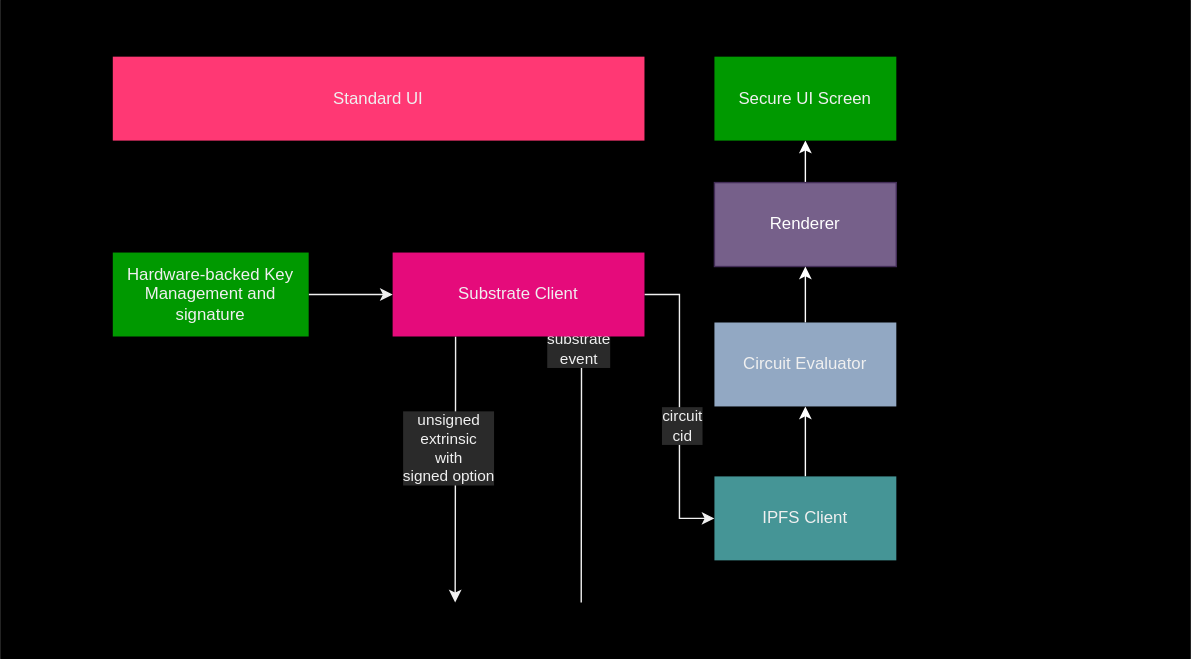
Above: src/fig/App_architecture.svg in Interstellar-Network/Interstellar-Book (draw.io), before the change. Source tidied: cells renumbered, new cells last; positions are measured from the earlier drawing's top-left corner, leaving out a move shared by most shapes.
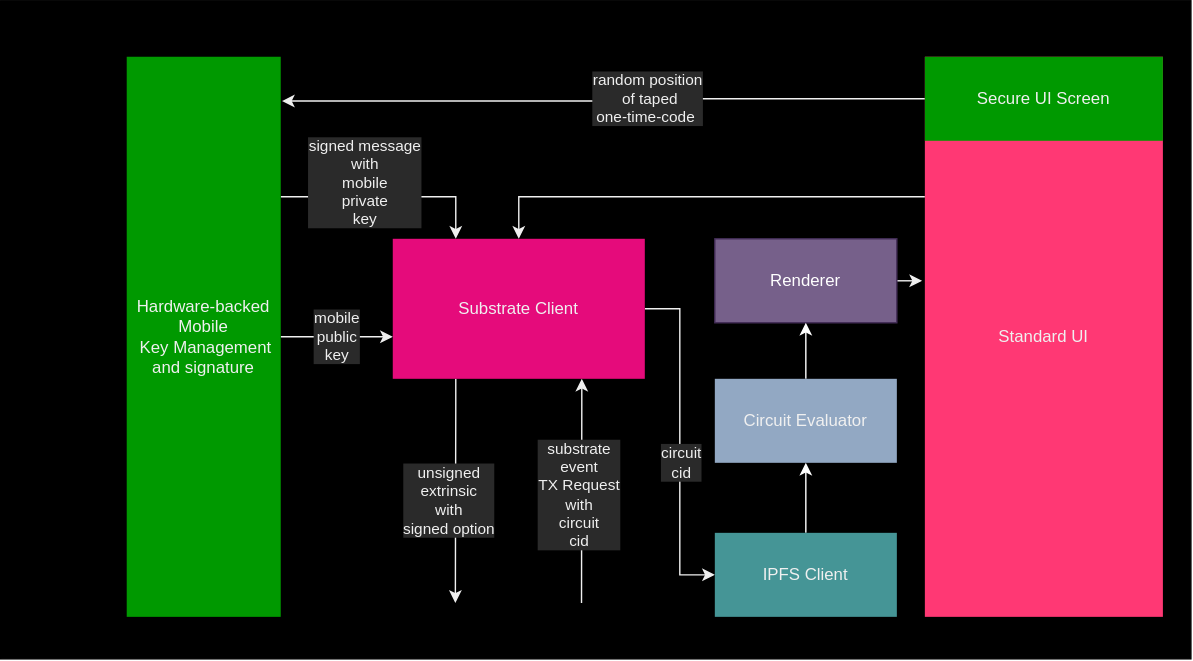
The same file after the commit.

Change to the diagram source:
```diff
@@ -5,17 +5,17 @@
     <mxCell id="2" style="rounded=0;whiteSpace=wrap;html=1;fontColor=#FFFFFF;fillColor=#000000;strokeColor=#000000;" parent="1" vertex="1">
       <mxGeometry width="850" height="470" as="geometry" />
     </mxCell>
-    <mxCell id="3" style="edgeStyle=orthogonalEdgeStyle;rounded=0;jettySize=auto;html=1;entryX=0.5;entryY=1;entryDx=0;entryDy=0;strokeColor=#FFFFFF;" parent="1" edge="1" source="4" target="16">
-      <mxGeometry relative="1" as="geometry" />
-    </mxCell>
+    <mxCell id="20" style="edgeStyle=orthogonalEdgeStyle;rounded=0;jettySize=auto;html=1;exitX=1;exitY=0.5;exitDx=0;exitDy=0;entryX=-0.012;entryY=0.401;entryDx=0;entryDy=0;entryPerimeter=0;startArrow=none;startFill=0;" parent="1" edge="1" source="4" target="17">
+      <mxGeometry relative="1" as="geometry" />
+    </mxCell>
     <mxCell id="4" value="Renderer" style="rounded=0;whiteSpace=wrap;html=1;fillColor=#76608a;fontColor=#ffffff;strokeColor=#432D57;" parent="1" vertex="1">
-      <mxGeometry x="510" y="130" width="130" height="60" as="geometry" />
+      <mxGeometry x="510" y="170" width="130" height="60" as="geometry" />
     </mxCell>
     <mxCell id="5" style="edgeStyle=orthogonalEdgeStyle;rounded=0;jettySize=auto;html=1;entryX=0.5;entryY=1;entryDx=0;entryDy=0;strokeColor=#FFFFFF;" parent="1" edge="1" source="6" target="4">
       <mxGeometry relative="1" as="geometry" />
     </mxCell>
     <mxCell id="6" value="Circuit Evaluator" style="rounded=0;whiteSpace=wrap;html=1;fillColor=#92A8C3;strokeColor=none;" parent="1" vertex="1">
-      <mxGeometry x="510" y="230" width="130" height="60" as="geometry" />
+      <mxGeometry x="510" y="270" width="130" height="60" as="geometry" />
     </mxCell>
     <mxCell id="7" style="edgeStyle=orthogonalEdgeStyle;rounded=0;jettySize=auto;html=1;exitX=1;exitY=0.5;exitDx=0;exitDy=0;entryX=0;entryY=0.5;entryDx=0;entryDy=0;" parent="1" edge="1" source="13" target="15">
       <mxGeometry relative="1" as="geometry" />
@@ -26,9 +26,9 @@
     <mxCell id="9" style="edgeStyle=orthogonalEdgeStyle;rounded=0;jettySize=auto;html=1;exitX=0.75;exitY=1;exitDx=0;exitDy=0;startArrow=classic;startFill=1;endArrow=none;endFill=0;entryX=0.488;entryY=0.915;entryDx=0;entryDy=0;entryPerimeter=0;" parent="1" edge="1" source="13" target="2">
       <mxGeometry relative="1" as="geometry" />
     </mxCell>
-    <mxCell id="10" value="substrate&lt;br&gt;event" style="edgeLabel;html=1;align=center;verticalAlign=middle;" parent="9" vertex="1">
+    <mxCell id="10" value="substrate&lt;br&gt;event&lt;br&gt;TX Request&lt;br&gt;with&lt;br&gt;circuit&lt;br&gt;cid" style="edgeLabel;html=1;align=center;verticalAlign=middle;" parent="9" vertex="1">
       <mxGeometry x="-0.69" y="-1" relative="1" as="geometry">
-        <mxPoint x="-1" y="-20" as="offset" />
+        <mxPoint x="-1" y="59" as="offset" />
       </mxGeometry>
     </mxCell>
     <mxCell id="11" style="edgeStyle=orthogonalEdgeStyle;rounded=0;jettySize=auto;html=1;exitX=0.25;exitY=1;exitDx=0;exitDy=0;entryX=0.382;entryY=0.915;entryDx=0;entryDy=0;entryPerimeter=0;startArrow=none;startFill=0;endArrow=classic;endFill=1;" parent="1" edge="1" source="13" target="2">
@@ -36,29 +36,51 @@
     </mxCell>
     <mxCell id="12" value="unsigned&lt;br&gt;extrinsic&lt;br&gt;with&lt;br&gt;signed option" style="edgeLabel;html=1;align=center;verticalAlign=middle;" parent="11" vertex="1">
       <mxGeometry x="-0.79" y="2" relative="1" as="geometry">
-        <mxPoint x="-7" y="60" as="offset" />
+        <mxPoint x="-7" y="70" as="offset" />
       </mxGeometry>
     </mxCell>
     <mxCell id="13" value="Substrate Client" style="rounded=0;whiteSpace=wrap;html=1;fillColor=#e50b7b;strokeColor=none;" parent="1" vertex="1">
-      <mxGeometry x="280" y="180" width="180" height="60" as="geometry" />
+      <mxGeometry x="280" y="170" width="180" height="100" as="geometry" />
     </mxCell>
     <mxCell id="14" style="edgeStyle=orthogonalEdgeStyle;rounded=0;jettySize=auto;html=1;strokeColor=#FFFFFF;" parent="1" edge="1" source="15" target="6">
       <mxGeometry relative="1" as="geometry" />
     </mxCell>
     <mxCell id="15" value="IPFS Client" style="rounded=0;whiteSpace=wrap;html=1;fillColor=#459596;strokeColor=none;" parent="1" vertex="1">
-      <mxGeometry x="510" y="340" width="130" height="60" as="geometry" />
+      <mxGeometry x="510" y="380" width="130" height="60" as="geometry" />
     </mxCell>
+    <mxCell id="21" style="edgeStyle=orthogonalEdgeStyle;rounded=0;jettySize=auto;html=1;entryX=1.008;entryY=0.079;entryDx=0;entryDy=0;entryPerimeter=0;" parent="1" edge="1" source="16" target="19">
+      <mxGeometry relative="1" as="geometry" />
+    </mxCell>
+    <mxCell id="22" value="random position&lt;br&gt;&amp;nbsp;of taped &lt;br&gt;one-time-code&amp;nbsp;" style="edgeLabel;html=1;align=center;verticalAlign=middle;" parent="21" vertex="1">
+      <mxGeometry x="-0.21" relative="1" as="geometry">
+        <mxPoint x="-18" as="offset" />
+      </mxGeometry>
+    </mxCell>
+    <mxCell id="23" style="edgeStyle=orthogonalEdgeStyle;rounded=0;jettySize=auto;html=1;entryX=0.5;entryY=0;entryDx=0;entryDy=0;startArrow=none;startFill=0;" parent="1" edge="1" source="17" target="13">
+      <mxGeometry relative="1" as="geometry">
+        <Array as="points">
+          <mxPoint x="370" y="140" />
+        </Array>
+      </mxGeometry>
+    </mxCell>
+    <mxCell id="17" value="Standard UI" style="rounded=0;whiteSpace=wrap;html=1;fillColor=#FF3874;strokeColor=none;" parent="1" vertex="1">
+      <mxGeometry x="660" y="40" width="170" height="400" as="geometry" />
+    </mxCell>
+    <mxCell id="24" value="signed message&lt;br&gt;with&lt;br&gt;mobile&lt;br&gt;private&lt;br&gt;key" style="edgeStyle=orthogonalEdgeStyle;rounded=0;jettySize=auto;html=1;exitX=1;exitY=0.25;exitDx=0;exitDy=0;entryX=0.25;entryY=0;entryDx=0;entryDy=0;startArrow=none;startFill=0;" parent="1" edge="1" source="19" target="13">
+      <mxGeometry x="-0.23" y="10" relative="1" as="geometry">
+        <Array as="points">
+          <mxPoint x="325" y="140" />
+        </Array>
+      </mxGeometry>
+    </mxCell>
+    <mxCell id="25" value="mobile&lt;br&gt;public&lt;br&gt;key" style="edgeStyle=orthogonalEdgeStyle;rounded=0;jettySize=auto;html=1;entryX=0;entryY=0.7;entryDx=0;entryDy=0;entryPerimeter=0;startArrow=none;startFill=0;" parent="1" edge="1" source="19" target="13">
+      <mxGeometry relative="1" as="geometry" />
+    </mxCell>
+    <mxCell id="19" value="Hardware-backed&lt;br&gt;Mobile&lt;br&gt;&amp;nbsp;Key Management and signature" style="rounded=0;whiteSpace=wrap;html=1;fillColor=#009900;strokeColor=none;" parent="1" vertex="1">
+      <mxGeometry x="90" y="40" width="110" height="400" as="geometry" />
+    </mxCell>
     <mxCell id="16" value="Secure UI Screen" style="rounded=0;whiteSpace=wrap;html=1;fillColor=#009900;strokeColor=none;" parent="1" vertex="1">
-      <mxGeometry x="510" y="40" width="130" height="60" as="geometry" />
+      <mxGeometry x="660" y="40" width="170" height="60" as="geometry" />
     </mxCell>
-    <mxCell id="17" value="Standard UI" style="rounded=0;whiteSpace=wrap;html=1;fillColor=#FF3874;strokeColor=none;" parent="1" vertex="1">
-      <mxGeometry x="80" y="40" width="380" height="60" as="geometry" />
-    </mxCell>
-    <mxCell id="18" style="edgeStyle=orthogonalEdgeStyle;rounded=0;jettySize=auto;html=1;" parent="1" edge="1" source="19" target="13">
-      <mxGeometry relative="1" as="geometry" />
-    </mxCell>
-    <mxCell id="19" value="Hardware-backed Key Management and signature" style="rounded=0;whiteSpace=wrap;html=1;fillColor=#009900;strokeColor=none;" parent="1" vertex="1">
-      <mxGeometry x="80" y="180" width="140" height="60" as="geometry" />
-    </mxCell>
   </root>
 </mxGraphModel>
```
